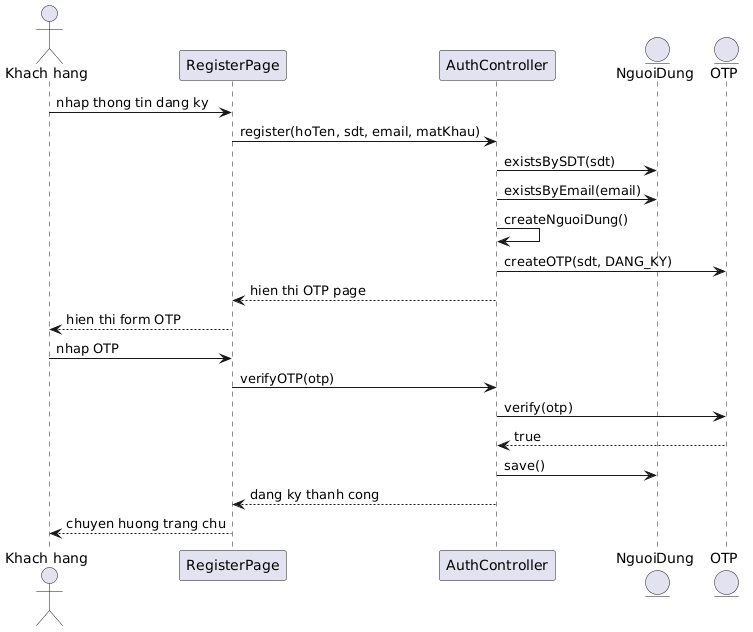
Before: output/diagrams/account_seq_register.png, a diagram exported from PlantUML (thanhtrnnn/cnpm).
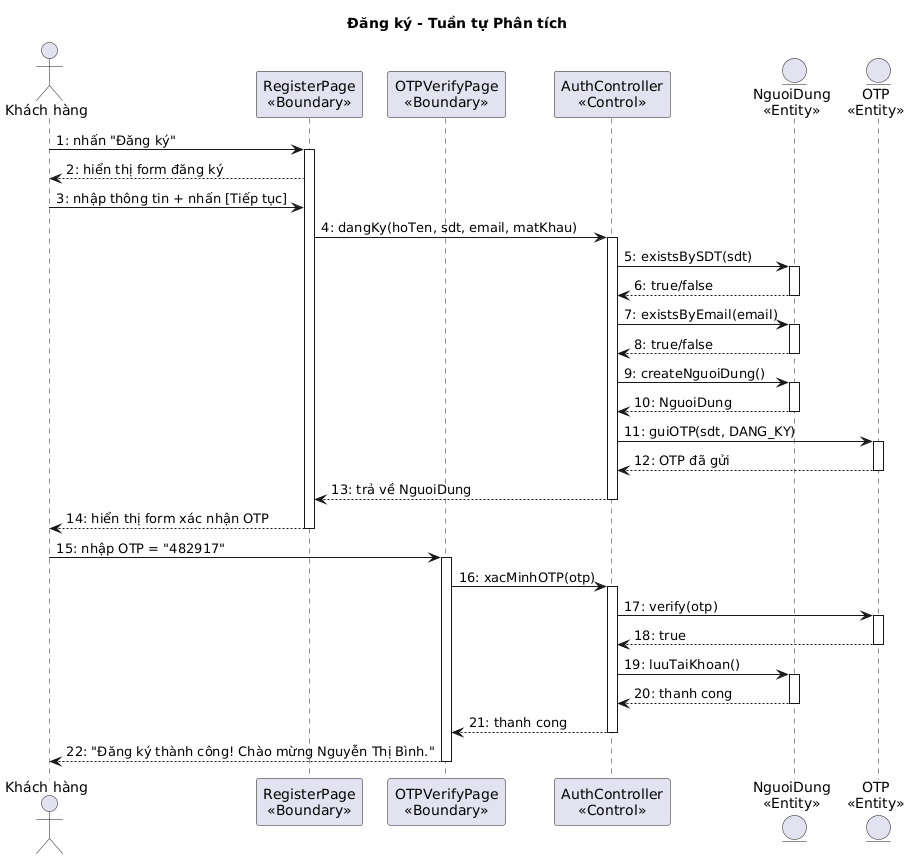
Above is the later version.

Commit message:
feat: Controller pattern + Page classes + properties/methods for account module

Diff of the diagram source:
```diff
@@ -1,23 +1,54 @@
 @startuml
-actor "Khach hang" as KH
-participant "RegisterPage" as RP
-participant "AuthController" as AC
-entity "NguoiDung" as NguoiDung
-entity "OTP" as OTP
+title Đăng ký - Tuần tự Phân tích
 
-KH -> RP: nhap thong tin dang ky
-RP -> AC: register(hoTen, sdt, email, matKhau)
-AC -> NguoiDung: existsBySDT(sdt)
-AC -> NguoiDung: existsByEmail(email)
-AC -> AC: createNguoiDung()
-AC -> OTP: createOTP(sdt, DANG_KY)
-AC --> RP: hien thi OTP page
-RP --> KH: hien thi form OTP
-KH -> RP: nhap OTP
-RP -> AC: verifyOTP(otp)
-AC -> OTP: verify(otp)
-OTP --> AC: true
-AC -> NguoiDung: save()
-AC --> RP: dang ky thanh cong
-RP --> KH: chuyen huong trang chu
+actor "Khách hàng" as KH
+participant "RegisterPage\n<<Boundary>>" as B1
+participant "OTPVerifyPage\n<<Boundary>>" as B2
+participant "AuthController\n<<Control>>" as C1
+entity "NguoiDung\n<<Entity>>" as E1
+entity "OTP\n<<Entity>>" as E2
+
+KH -> B1 : 1: nhấn "Đăng ký"
+activate B1
+B1 --> KH : 2: hiển thị form đăng ký
+KH -> B1 : 3: nhập thông tin + nhấn [Tiếp tục]
+B1 -> C1 : 4: dangKy(hoTen, sdt, email, matKhau)
+activate C1
+C1 -> E1 : 5: existsBySDT(sdt)
+activate E1
+E1 --> C1 : 6: true/false
+deactivate E1
+C1 -> E1 : 7: existsByEmail(email)
+activate E1
+E1 --> C1 : 8: true/false
+deactivate E1
+C1 -> E1 : 9: createNguoiDung()
+activate E1
+E1 --> C1 : 10: NguoiDung
+deactivate E1
+C1 -> E2 : 11: guiOTP(sdt, DANG_KY)
+activate E2
+E2 --> C1 : 12: OTP đã gửi
+deactivate E2
+C1 --> B1 : 13: trả về NguoiDung
+deactivate C1
+B1 --> KH : 14: hiển thị form xác nhận OTP
+deactivate B1
+
+KH -> B2 : 15: nhập OTP = "482917"
+activate B2
+B2 -> C1 : 16: xacMinhOTP(otp)
+activate C1
+C1 -> E2 : 17: verify(otp)
+activate E2
+E2 --> C1 : 18: true
+deactivate E2
+C1 -> E1 : 19: luuTaiKhoan()
+activate E1
+E1 --> C1 : 20: thanh cong
+deactivate E1
+C1 --> B2 : 21: thanh cong
+deactivate C1
+B2 --> KH : 22: "Đăng ký thành công! Chào mừng Nguyễn Thị Bình."
+deactivate B2
 @enduml
```
